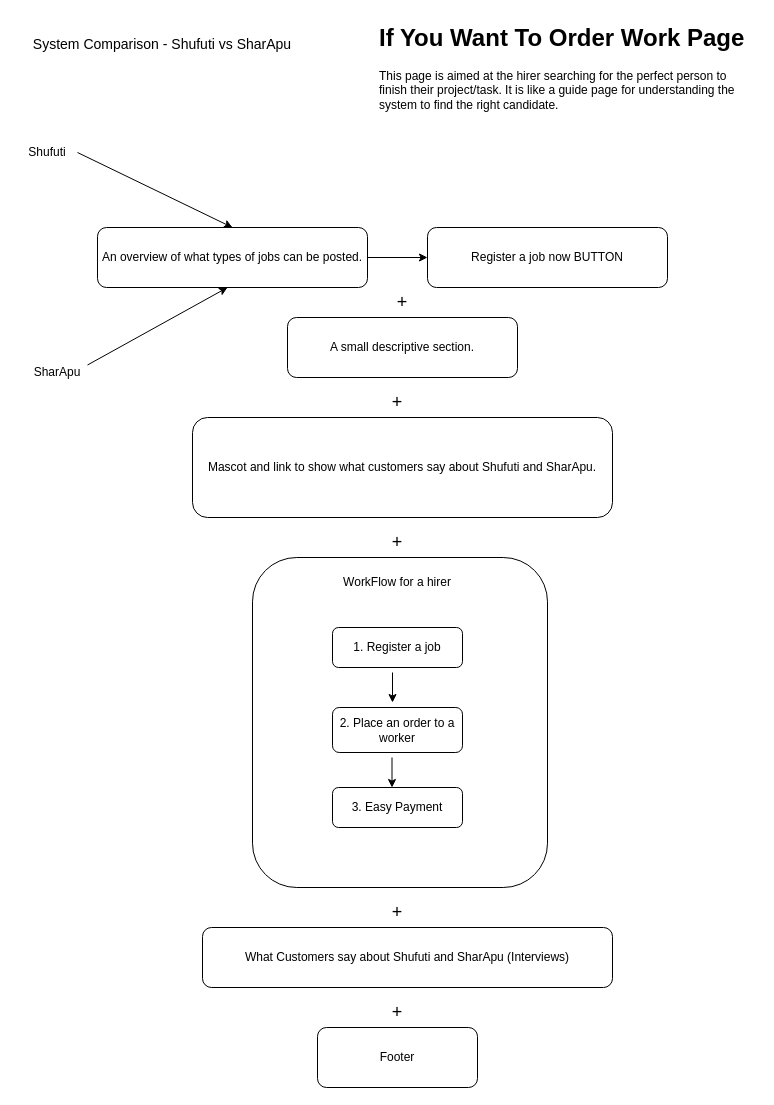
Before: System Comparison - Shufuti vs SharApu/IfYouWantToOrderWork.drawio in SumaiyaTarannumNoor/SharApu-Job-Portal, a draw.io diagram. Source tidied: cells renumbered, new cells numbered last; positions are measured from the earlier drawing's top-left corner, leaving out a move shared by most shapes. Both pictures are drawn from the tidied source at 100%, with x=0, y=0 at pixel (17, 17).
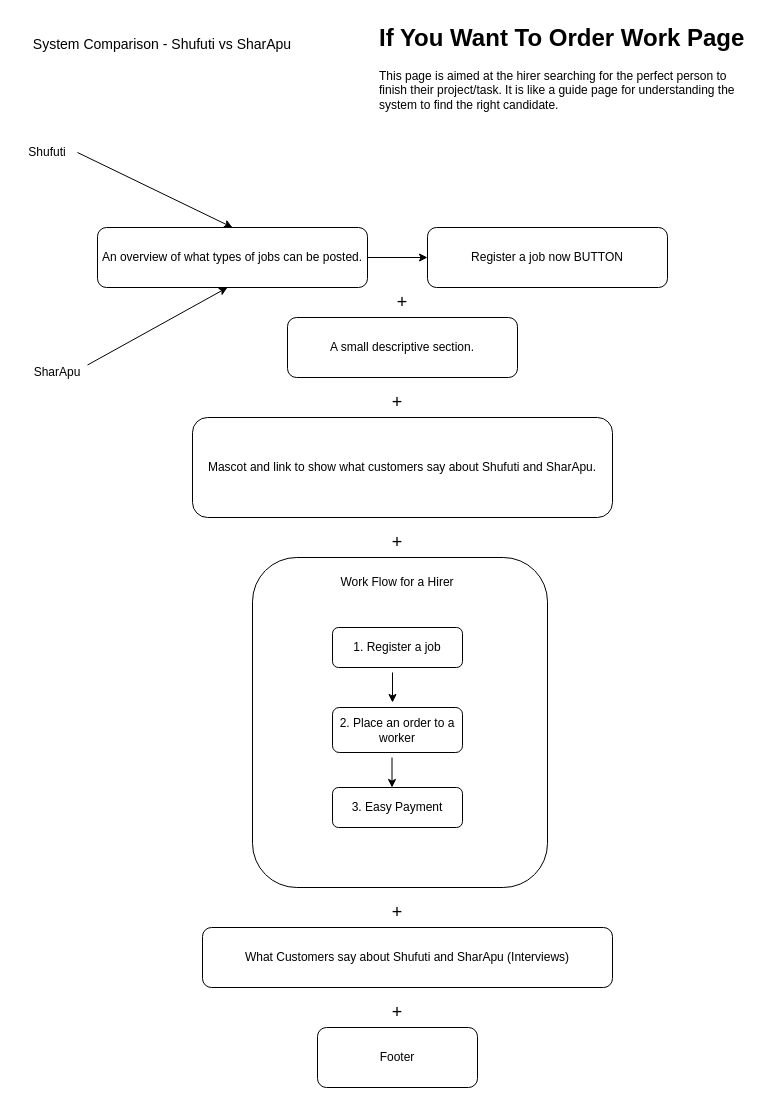
The same diagram, later.

Change to the diagram source:
```diff
@@
-    <mxCell id="17" value="WorkFlow for a hirer" style="text;html=1;align=center;verticalAlign=middle;whiteSpace=wrap;rounded=0;" parent="1" vertex="1">
+    <mxCell id="17" value="Work Flow for a Hirer" style="text;html=1;align=center;verticalAlign=middle;whiteSpace=wrap;rounded=0;" parent="1" vertex="1">
       <mxGeometry x="315" y="550" width="130" height="30" as="geometry" />
     </mxCell>
```
